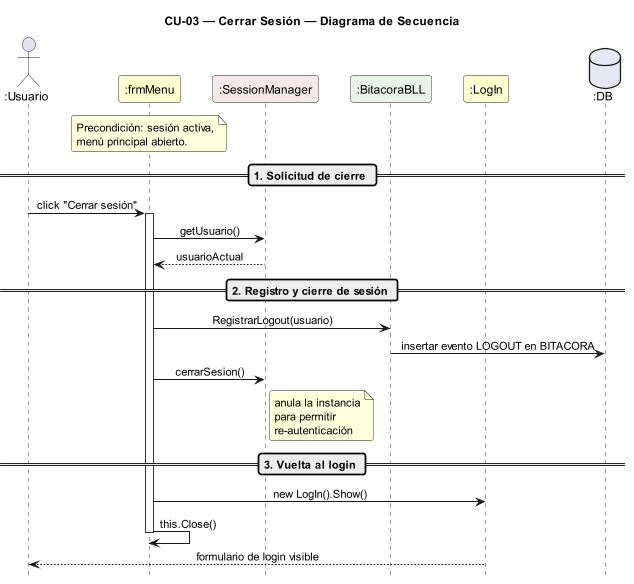
Before: DIAGRAMAS/DiagramaSecuencia_CU03_CerrarSesion.png, a diagram exported from PlantUML (Jesifu/club-de-vinos-td).
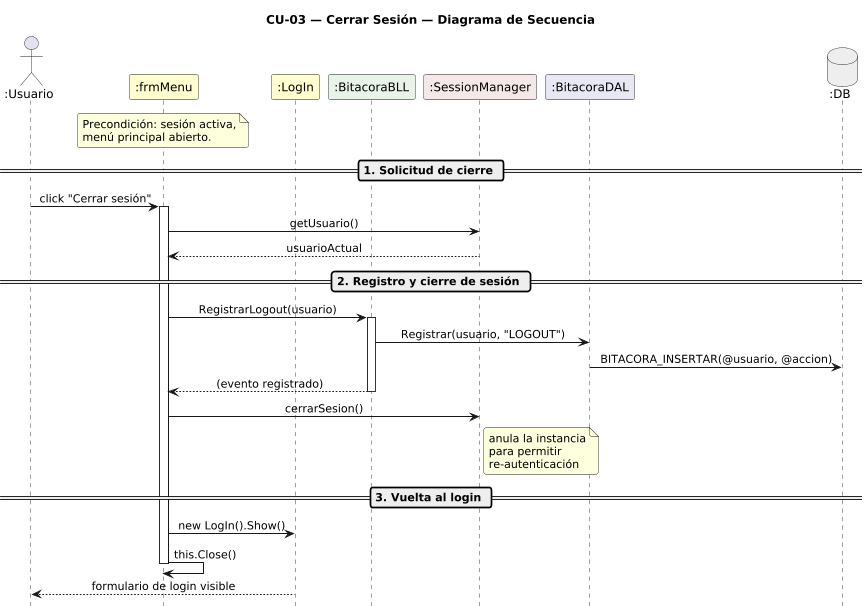
Later version of the same file.

Change to the diagram source:
```diff
@@ -5,17 +5,17 @@
 skinparam shadowing false
 skinparam roundcorner 6
 skinparam sequenceArrowThickness 1.2
-skinparam ParticipantPadding 14
 skinparam sequenceMessageAlign center
 hide footbox
 scale 0.85
 
 actor       ":Usuario"        as U
 participant ":frmMenu"        as FM #FEFECE
+participant ":LogIn"          as L  #FEFECE
+participant ":BitacoraBLL"    as BB #E8F4E8
 participant ":SessionManager" as SM #F4E8E8
-participant ":BitacoraBLL"    as BB #E8F4E8
-participant ":LogIn"          as L  #FEFECE
-database    ":DB"             as DB #E8E8F4
+participant ":BitacoraDAL"    as BD #E8E8F4
+database    ":DB"             as DB #EEEEEE
 
 note over FM
   Precondición: sesión activa,
@@ -33,7 +33,11 @@
 == 2. Registro y cierre de sesión ==
 
 FM -> BB : RegistrarLogout(usuario)
-BB -> DB : insertar evento LOGOUT en BITACORA
+activate BB
+BB -> BD : Registrar(usuario, "LOGOUT")
+BD -> DB : BITACORA_INSERTAR(@usuario, @accion)
+BB --> FM : (evento registrado)
+deactivate BB
 
 FM -> SM : cerrarSesion()
 note right of SM
```
